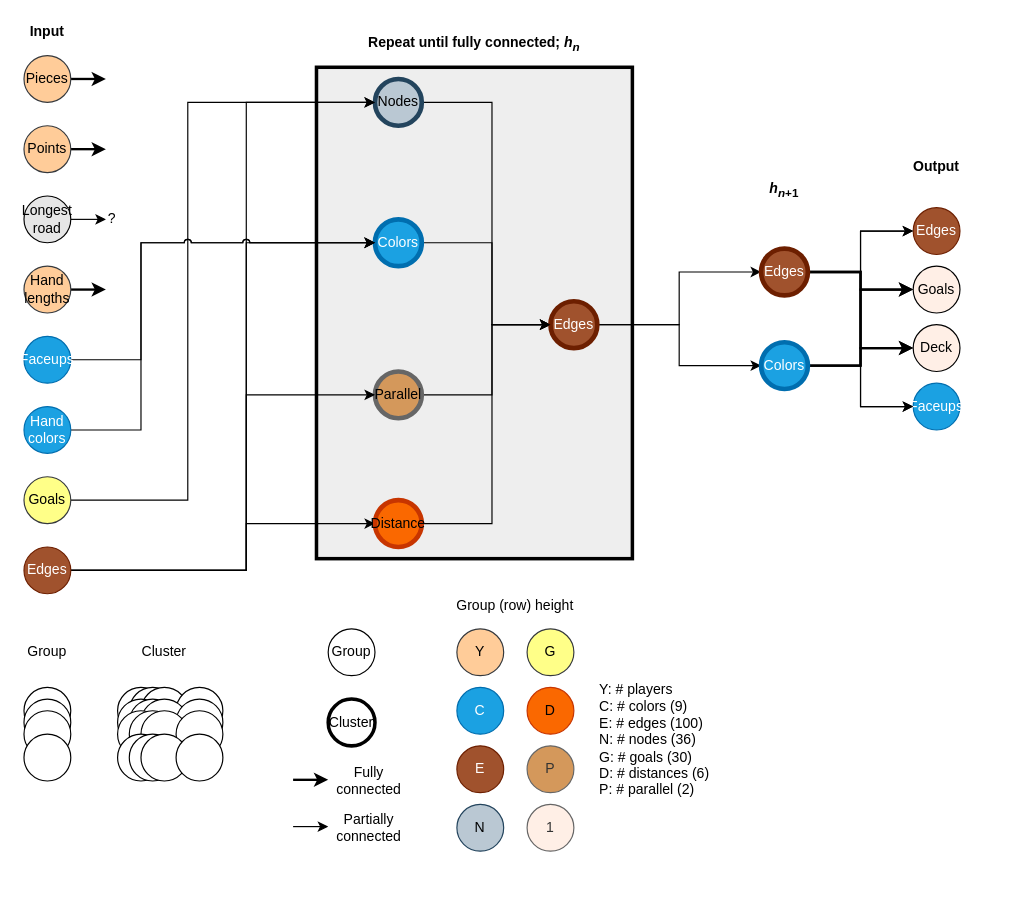
Before: page "Page-1" (1 of 2) of info/graphnet.drawio in egaffincahn/ticket-to-ride, a draw.io diagram. Source tidied: cells renumbered, new cells numbered last; positions are measured from the earlier drawing's top-left corner, leaving out a move shared by most shapes. Both pictures are drawn from the tidied source at 117%, with x=0, y=0 at pixel (23, 20).
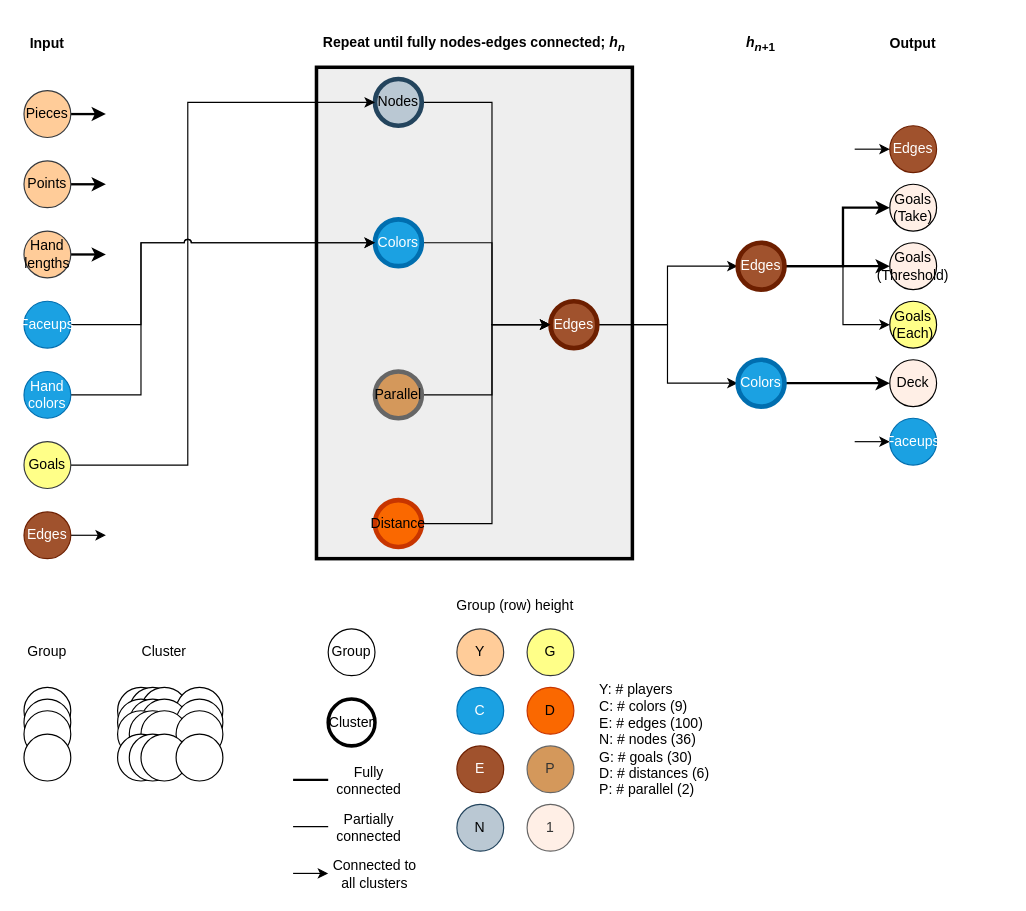
The same diagram, later.

The change refers to these unchanged cells:
```xml
<mxCell id="4" value="Nodes" style="ellipse;whiteSpace=wrap;html=1;rounded=0;shadow=0;glass=0;comic=0;strokeWidth=4;fillColor=#bac8d3;strokeColor=#23445d;" parent="1" vertex="1">
  <mxGeometry x="300" y="50" width="40" height="40" as="geometry" />
</mxCell>
<mxCell id="6" value="Colors" style="ellipse;whiteSpace=wrap;html=1;rounded=0;shadow=0;glass=0;comic=0;strokeWidth=4;fillColor=#1ba1e2;strokeColor=#006EAF;fontColor=#ffffff;" parent="1" vertex="1">
  <mxGeometry x="300" y="170" width="40" height="40" as="geometry" />
</mxCell>
<mxCell id="8" value="Parallel" style="ellipse;whiteSpace=wrap;html=1;rounded=0;shadow=0;glass=0;comic=0;strokeWidth=4;fillColor=#D4985B;strokeColor=#666666;fontColor=#000000;" parent="1" vertex="1">
  <mxGeometry x="300" y="300" width="40" height="40" as="geometry" />
</mxCell>
<mxCell id="85" value="Distance" style="ellipse;whiteSpace=wrap;html=1;rounded=0;shadow=0;glass=0;comic=0;fillColor=#FA6800;strokeColor=#C73500;fontColor=#000000;strokeWidth=4;" parent="1" vertex="1">
  <mxGeometry x="300" y="410" width="40" height="40" as="geometry" />
</mxCell>
```

The edit, as a diff of the source:
```diff
@@
     <mxCell id="9" style="edgeStyle=orthogonalEdgeStyle;rounded=0;jettySize=auto;html=1;exitX=1;exitY=0.5;exitDx=0;exitDy=0;strokeWidth=2;" parent="1" edge="1" source="10">
       <mxGeometry relative="1" as="geometry">
-        <mxPoint x="70" y="230" as="targetPoint" />
+        <mxPoint x="70" y="200" as="targetPoint" />
       </mxGeometry>
     </mxCell>
     <mxCell id="10" value="Hand&lt;br&gt;lengths" style="ellipse;whiteSpace=wrap;html=1;rounded=0;shadow=0;glass=0;comic=0;fillColor=#ffcc99;strokeColor=#36393d;" parent="1" vertex="1">
-      <mxGeometry y="210" width="40" height="40" as="geometry" />
+      <mxGeometry y="180" width="40" height="40" as="geometry" />
     </mxCell>
-    <mxCell id="11" style="edgeStyle=orthogonalEdgeStyle;rounded=0;jettySize=auto;html=1;strokeWidth=1;" parent="1" edge="1" source="12">
-      <mxGeometry relative="1" as="geometry">
-        <mxPoint x="70" y="170" as="targetPoint" />
-      </mxGeometry>
-    </mxCell>
-    <mxCell id="12" value="Longest road" style="ellipse;whiteSpace=wrap;html=1;rounded=0;shadow=0;glass=0;comic=0;fillColor=#E6E6E6;overflow=visible;" parent="1" vertex="1">
-      <mxGeometry y="150" width="40" height="40" as="geometry" />
-    </mxCell>
     <mxCell id="13" style="edgeStyle=orthogonalEdgeStyle;rounded=0;jettySize=auto;html=1;exitX=1;exitY=0.5;exitDx=0;exitDy=0;strokeWidth=2;" parent="1" edge="1" source="14">
       <mxGeometry relative="1" as="geometry">
-        <mxPoint x="70" y="110" as="targetPoint" />
+        <mxPoint x="70" y="140" as="targetPoint" />
       </mxGeometry>
     </mxCell>
     <mxCell id="14" value="Points" style="ellipse;whiteSpace=wrap;html=1;rounded=0;shadow=0;glass=0;comic=0;fillColor=#ffcc99;strokeColor=#36393d;" parent="1" vertex="1">
-      <mxGeometry y="90" width="40" height="40" as="geometry" />
+      <mxGeometry y="120" width="40" height="40" as="geometry" />
     </mxCell>
-    <mxCell id="15" style="edgeStyle=orthogonalEdgeStyle;jettySize=auto;html=1;exitX=1;exitY=0.5;exitDx=0;exitDy=0;entryX=0;entryY=0.5;entryDx=0;entryDy=0;rounded=0;jumpStyle=arc;" parent="1" edge="1" source="19" target="8">
-      <mxGeometry relative="1" as="geometry">
-        <Array as="points">
-          <mxPoint x="190" y="470" />
-          <mxPoint x="190" y="320" />
-        </Array>
-      </mxGeometry>
-    </mxCell>
-    <mxCell id="16" style="edgeStyle=orthogonalEdgeStyle;jettySize=auto;html=1;exitX=1;exitY=0.5;exitDx=0;exitDy=0;entryX=0;entryY=0.5;entryDx=0;entryDy=0;rounded=0;" parent="1" edge="1" source="19" target="6">
-      <mxGeometry relative="1" as="geometry">
-        <Array as="points">
-          <mxPoint x="190" y="470" />
-          <mxPoint x="190" y="190" />
-        </Array>
-      </mxGeometry>
-    </mxCell>
-    <mxCell id="17" style="edgeStyle=orthogonalEdgeStyle;jettySize=auto;html=1;exitX=1;exitY=0.5;exitDx=0;exitDy=0;entryX=0;entryY=0.5;entryDx=0;entryDy=0;rounded=0;jumpStyle=arc;" parent="1" edge="1" source="19" target="4">
-      <mxGeometry relative="1" as="geometry">
-        <Array as="points">
-          <mxPoint x="190" y="470" />
-          <mxPoint x="190" y="70" />
-        </Array>
-      </mxGeometry>
-    </mxCell>
-    <mxCell id="18" style="edgeStyle=orthogonalEdgeStyle;rounded=0;jettySize=auto;html=1;exitX=1;exitY=0.5;exitDx=0;exitDy=0;entryX=0;entryY=0.5;entryDx=0;entryDy=0;fontColor=#000000;jumpStyle=arc;" parent="1" edge="1" source="19" target="85">
-      <mxGeometry relative="1" as="geometry">
-        <Array as="points">
-          <mxPoint x="190" y="470" />
-          <mxPoint x="190" y="430" />
-        </Array>
-      </mxGeometry>
-    </mxCell>
+    <mxCell id="90" style="edgeStyle=orthogonalEdgeStyle;rounded=0;jumpStyle=gap;jettySize=auto;html=1;exitX=1;exitY=0.5;exitDx=0;exitDy=0;strokeWidth=1;" parent="1" edge="1" source="19">
+      <mxGeometry relative="1" as="geometry">
+        <mxPoint x="70" y="439.8" as="targetPoint" />
+      </mxGeometry>
+    </mxCell>
     <mxCell id="19" value="Edges" style="ellipse;whiteSpace=wrap;html=1;rounded=0;shadow=0;glass=0;comic=0;fillColor=#a0522d;strokeColor=#6D1F00;fontColor=#ffffff;" parent="1" vertex="1">
-      <mxGeometry y="450" width="40" height="40" as="geometry" />
+      <mxGeometry y="420" width="40" height="40" as="geometry" />
     </mxCell>
     <mxCell id="20" style="edgeStyle=orthogonalEdgeStyle;rounded=0;jumpStyle=arc;jettySize=auto;html=1;exitX=1;exitY=0.5;exitDx=0;exitDy=0;entryX=0;entryY=0.5;entryDx=0;entryDy=0;fontColor=#000000;" parent="1" edge="1" source="21" target="4">
       <mxGeometry relative="1" as="geometry">
         <Array as="points">
-          <mxPoint x="140" y="410" />
+          <mxPoint x="140" y="380" />
           <mxPoint x="140" y="70" />
         </Array>
       </mxGeometry>
     </mxCell>
     <mxCell id="21" value="Goals" style="ellipse;whiteSpace=wrap;html=1;rounded=0;shadow=0;glass=0;comic=0;fillColor=#ffff88;strokeColor=#36393d;" parent="1" vertex="1">
-      <mxGeometry y="390" width="40" height="40" as="geometry" />
+      <mxGeometry y="360" width="40" height="40" as="geometry" />
     </mxCell>
     <mxCell id="22" style="edgeStyle=orthogonalEdgeStyle;rounded=0;jumpStyle=arc;jettySize=auto;html=1;exitX=1;exitY=0.5;exitDx=0;exitDy=0;entryX=0;entryY=0.5;entryDx=0;entryDy=0;fontColor=#000000;" parent="1" edge="1" source="23" target="6">
       <mxGeometry relative="1" as="geometry">
         <Array as="points">
-          <mxPoint x="100" y="350" />
+          <mxPoint x="100" y="320" />
           <mxPoint x="100" y="190" />
         </Array>
       </mxGeometry>
     </mxCell>
     <mxCell id="23" value="Hand colors" style="ellipse;whiteSpace=wrap;html=1;rounded=0;shadow=0;glass=0;comic=0;fillColor=#1ba1e2;strokeColor=#006EAF;fontColor=#ffffff;" parent="1" vertex="1">
-      <mxGeometry y="330" width="40" height="40" as="geometry" />
+      <mxGeometry y="300" width="40" height="40" as="geometry" />
     </mxCell>
     <mxCell id="24" style="edgeStyle=orthogonalEdgeStyle;rounded=0;jettySize=auto;html=1;exitX=1;exitY=0.5;exitDx=0;exitDy=0;jumpStyle=arc;entryX=0;entryY=0.5;entryDx=0;entryDy=0;" parent="1" edge="1" source="25" target="6">
       <mxGeometry relative="1" as="geometry">
         <Array as="points">
-          <mxPoint x="100" y="290" />
+          <mxPoint x="100" y="260" />
           <mxPoint x="100" y="190" />
         </Array>
       </mxGeometry>
     </mxCell>
     <mxCell id="25" value="Faceups" style="ellipse;whiteSpace=wrap;html=1;rounded=0;shadow=0;glass=0;comic=0;fillColor=#1ba1e2;strokeColor=#006EAF;fontColor=#ffffff;" parent="1" vertex="1">
-      <mxGeometry y="270" width="40" height="40" as="geometry" />
+      <mxGeometry y="240" width="40" height="40" as="geometry" />
     </mxCell>
     <mxCell id="26" style="edgeStyle=orthogonalEdgeStyle;rounded=0;jettySize=auto;html=1;exitX=1;exitY=0.5;exitDx=0;exitDy=0;strokeWidth=2;" parent="1" edge="1" source="27">
       <mxGeometry relative="1" as="geometry">
-        <mxPoint x="70" y="50" as="targetPoint" />
+        <mxPoint x="70" y="80" as="targetPoint" />
       </mxGeometry>
     </mxCell>
     <mxCell id="27" value="Pieces" style="ellipse;whiteSpace=wrap;html=1;rounded=0;shadow=0;glass=0;comic=0;fillColor=#ffcc99;strokeColor=#36393d;" parent="1" vertex="1">
-      <mxGeometry y="30" width="40" height="40" as="geometry" />
+      <mxGeometry y="60" width="40" height="40" as="geometry" />
     </mxCell>
@@
     <mxCell id="31" value="Edges" style="ellipse;whiteSpace=wrap;html=1;rounded=0;shadow=0;glass=0;comic=0;fillColor=#a0522d;strokeColor=#6D1F00;fontColor=#ffffff;" parent="1" vertex="1">
-      <mxGeometry x="760" y="160" width="40" height="40" as="geometry" />
+      <mxGeometry x="740" y="90" width="40" height="40" as="geometry" />
     </mxCell>
     <mxCell id="32" value="Faceups" style="ellipse;whiteSpace=wrap;html=1;rounded=0;shadow=0;glass=0;comic=0;fillColor=#1ba1e2;strokeColor=#006EAF;fontColor=#ffffff;" parent="1" vertex="1">
-      <mxGeometry x="760" y="310" width="40" height="40" as="geometry" />
+      <mxGeometry x="740" y="340" width="40" height="40" as="geometry" />
     </mxCell>
     <mxCell id="33" value="Deck" style="ellipse;whiteSpace=wrap;html=1;rounded=0;shadow=0;glass=0;comic=0;fillColor=#FFEFE6;" parent="1" vertex="1">
-      <mxGeometry x="760" y="260" width="40" height="40" as="geometry" />
+      <mxGeometry x="740" y="290" width="40" height="40" as="geometry" />
     </mxCell>
-    <mxCell id="34" value="Goals" style="ellipse;whiteSpace=wrap;html=1;rounded=0;shadow=0;glass=0;comic=0;fillColor=#FFEFE6;" parent="1" vertex="1">
-      <mxGeometry x="760" y="210" width="40" height="40" as="geometry" />
+    <mxCell id="34" value="Goals&lt;br&gt;(Take)" style="ellipse;whiteSpace=wrap;html=1;rounded=0;shadow=0;glass=0;comic=0;fillColor=#FFEFE6;" parent="1" vertex="1">
+      <mxGeometry x="740" y="140" width="40" height="40" as="geometry" />
     </mxCell>
@@
-    <mxCell id="37" style="edgeStyle=orthogonalEdgeStyle;rounded=0;jumpStyle=arc;jettySize=auto;html=1;exitX=1;exitY=0.5;exitDx=0;exitDy=0;entryX=0;entryY=0.5;entryDx=0;entryDy=0;" parent="1" edge="1" source="41" target="31">
-      <mxGeometry relative="1" as="geometry" />
-    </mxCell>
-    <mxCell id="38" style="edgeStyle=orthogonalEdgeStyle;rounded=0;jumpStyle=arc;jettySize=auto;html=1;exitX=1;exitY=0.5;exitDx=0;exitDy=0;entryX=0;entryY=0.5;entryDx=0;entryDy=0;strokeWidth=2;" parent="1" edge="1" source="41" target="34">
-      <mxGeometry relative="1" as="geometry" />
+    <mxCell id="38" style="edgeStyle=orthogonalEdgeStyle;rounded=0;jettySize=auto;html=1;exitX=1;exitY=0.5;exitDx=0;exitDy=0;entryX=0;entryY=0.5;entryDx=0;entryDy=0;strokeWidth=2;jumpStyle=gap;" parent="1" edge="1" source="41" target="34">
+      <mxGeometry relative="1" as="geometry">
+        <Array as="points">
+          <mxPoint x="700" y="210" />
+          <mxPoint x="700" y="160" />
+        </Array>
+      </mxGeometry>
     </mxCell>
-    <mxCell id="39" style="edgeStyle=orthogonalEdgeStyle;rounded=0;jumpStyle=arc;jettySize=auto;html=1;exitX=1;exitY=0.5;exitDx=0;exitDy=0;entryX=0;entryY=0.5;entryDx=0;entryDy=0;strokeWidth=2;" parent="1" edge="1" source="41" target="33">
-      <mxGeometry relative="1" as="geometry" />
-    </mxCell>
-    <mxCell id="40" style="edgeStyle=orthogonalEdgeStyle;rounded=0;jumpStyle=arc;jettySize=auto;html=1;exitX=1;exitY=0.5;exitDx=0;exitDy=0;entryX=0;entryY=0.5;entryDx=0;entryDy=0;" parent="1" edge="1" source="41" target="32">
-      <mxGeometry relative="1" as="geometry" />
-    </mxCell>
+    <mxCell id="91" style="edgeStyle=orthogonalEdgeStyle;rounded=0;jettySize=auto;html=1;exitX=1;exitY=0.5;exitDx=0;exitDy=0;entryX=0;entryY=0.5;entryDx=0;entryDy=0;strokeWidth=2;jumpStyle=gap;" parent="1" edge="1" source="41" target="93">
+      <mxGeometry relative="1" as="geometry">
+        <Array as="points">
+          <mxPoint x="720" y="210" />
+          <mxPoint x="720" y="210" />
+        </Array>
+      </mxGeometry>
+    </mxCell>
+    <mxCell id="92" style="edgeStyle=orthogonalEdgeStyle;rounded=0;jettySize=auto;html=1;exitX=1;exitY=0.5;exitDx=0;exitDy=0;entryX=0;entryY=0.5;entryDx=0;entryDy=0;strokeWidth=1;jumpStyle=gap;" parent="1" edge="1" source="41" target="94">
+      <mxGeometry relative="1" as="geometry">
+        <Array as="points">
+          <mxPoint x="700" y="210" />
+          <mxPoint x="700" y="260" />
+        </Array>
+      </mxGeometry>
+    </mxCell>
     <mxCell id="41" value="Edges" style="ellipse;whiteSpace=wrap;html=1;rounded=0;shadow=0;glass=0;comic=0;strokeWidth=4;fillColor=#a0522d;strokeColor=#6D1F00;fontColor=#ffffff;" parent="1" vertex="1">
-      <mxGeometry x="630" y="195" width="40" height="40" as="geometry" />
+      <mxGeometry x="610" y="190" width="40" height="40" as="geometry" />
     </mxCell>
-    <mxCell id="42" style="edgeStyle=orthogonalEdgeStyle;rounded=0;jumpStyle=arc;jettySize=auto;html=1;exitX=1;exitY=0.5;exitDx=0;exitDy=0;entryX=0;entryY=0.5;entryDx=0;entryDy=0;" parent="1" edge="1" source="46" target="32">
-      <mxGeometry relative="1" as="geometry" />
-    </mxCell>
-    <mxCell id="43" style="edgeStyle=orthogonalEdgeStyle;rounded=0;jumpStyle=arc;jettySize=auto;html=1;exitX=1;exitY=0.5;exitDx=0;exitDy=0;entryX=0;entryY=0.5;entryDx=0;entryDy=0;strokeWidth=2;" parent="1" edge="1" source="46" target="33">
-      <mxGeometry relative="1" as="geometry" />
+    <mxCell id="43" style="edgeStyle=orthogonalEdgeStyle;rounded=0;jettySize=auto;html=1;exitX=1;exitY=0.5;exitDx=0;exitDy=0;entryX=0;entryY=0.5;entryDx=0;entryDy=0;strokeWidth=2;jumpStyle=gap;" parent="1" edge="1" source="46" target="33">
+      <mxGeometry relative="1" as="geometry">
+        <Array as="points">
+          <mxPoint x="720" y="310" />
+          <mxPoint x="720" y="310" />
+        </Array>
+      </mxGeometry>
     </mxCell>
-    <mxCell id="44" style="edgeStyle=orthogonalEdgeStyle;rounded=0;jumpStyle=arc;jettySize=auto;html=1;exitX=1;exitY=0.5;exitDx=0;exitDy=0;entryX=0;entryY=0.5;entryDx=0;entryDy=0;strokeWidth=2;" parent="1" edge="1" source="46" target="34">
-      <mxGeometry relative="1" as="geometry" />
-    </mxCell>
-    <mxCell id="45" style="edgeStyle=orthogonalEdgeStyle;rounded=0;jumpStyle=arc;jettySize=auto;html=1;exitX=1;exitY=0.5;exitDx=0;exitDy=0;entryX=0;entryY=0.5;entryDx=0;entryDy=0;" parent="1" edge="1" source="46" target="31">
-      <mxGeometry relative="1" as="geometry" />
-    </mxCell>
     <mxCell id="46" value="Colors" style="ellipse;whiteSpace=wrap;html=1;rounded=0;shadow=0;glass=0;comic=0;strokeWidth=4;fillColor=#1ba1e2;strokeColor=#006EAF;fontColor=#ffffff;" parent="1" vertex="1">
-      <mxGeometry x="630" y="275" width="40" height="40" as="geometry" />
+      <mxGeometry x="610" y="290" width="40" height="40" as="geometry" />
     </mxCell>
@@
     <mxCell id="80" value="&lt;b&gt;Output&lt;/b&gt;" style="text;html=1;strokeColor=none;fillColor=none;align=center;verticalAlign=middle;whiteSpace=wrap;rounded=0;shadow=0;glass=0;comic=0;" parent="1" vertex="1">
-      <mxGeometry x="720" y="115" width="120" height="20" as="geometry" />
+      <mxGeometry x="700" y="10" width="120" height="20" as="geometry" />
     </mxCell>
     <mxCell id="81" value="&lt;b&gt;Input&lt;/b&gt;" style="text;html=1;strokeColor=none;fillColor=none;align=center;verticalAlign=middle;whiteSpace=wrap;rounded=0;shadow=0;glass=0;comic=0;" parent="1" vertex="1">
-      <mxGeometry width="40" height="20" as="geometry" />
+      <mxGeometry y="10" width="40" height="20" as="geometry" />
     </mxCell>
-    <mxCell id="82" value="&lt;b&gt;Repeat until fully connected; &lt;i&gt;h&lt;sub&gt;n&lt;/sub&gt;&lt;/i&gt;&lt;/b&gt;" style="text;html=1;strokeColor=none;fillColor=none;align=center;verticalAlign=middle;whiteSpace=wrap;rounded=0;shadow=0;glass=0;comic=0;" parent="1" vertex="1">
+    <mxCell id="82" value="&lt;b&gt;Repeat until fully nodes-edges connected; &lt;i&gt;h&lt;sub&gt;n&lt;/sub&gt;&lt;/i&gt;&lt;/b&gt;" style="text;html=1;strokeColor=none;fillColor=none;align=center;verticalAlign=middle;whiteSpace=wrap;rounded=0;shadow=0;glass=0;comic=0;" parent="1" vertex="1">
       <mxGeometry x="250" y="10" width="270" height="20" as="geometry" />
     </mxCell>
     <mxCell id="83" value="&lt;b&gt;&lt;i&gt;h&lt;sub&gt;n&lt;/sub&gt;&lt;/i&gt;&lt;sub&gt;+1&lt;/sub&gt;&lt;/b&gt;" style="text;html=1;strokeColor=none;fillColor=none;align=center;verticalAlign=middle;whiteSpace=wrap;rounded=0;shadow=0;glass=0;comic=0;" parent="1" vertex="1">
-      <mxGeometry x="590" y="135" width="120" height="20" as="geometry" />
+      <mxGeometry x="570" y="10" width="120" height="20" as="geometry" />
     </mxCell>
@@
-    <mxCell id="86" style="edgeStyle=orthogonalEdgeStyle;rounded=0;orthogonalLoop=1;jettySize=auto;html=1;exitX=1;exitY=0.5;exitDx=0;exitDy=0;strokeWidth=2;" parent="1" edge="1">
+    <mxCell id="86" style="edgeStyle=orthogonalEdgeStyle;rounded=0;orthogonalLoop=1;jettySize=auto;html=1;exitX=1;exitY=0.5;exitDx=0;exitDy=0;strokeWidth=2;endArrow=none;endFill=0;" parent="1" edge="1">
       <mxGeometry relative="1" as="geometry">
         <mxPoint x="230" y="649" as="sourcePoint" />
         <mxPoint x="260" y="649" as="targetPoint" />
       </mxGeometry>
     </mxCell>
@@
-    <mxCell id="88" style="edgeStyle=orthogonalEdgeStyle;rounded=0;orthogonalLoop=1;jettySize=auto;html=1;exitX=1;exitY=0.5;exitDx=0;exitDy=0;strokeWidth=1;" parent="1" edge="1">
+    <mxCell id="88" style="edgeStyle=orthogonalEdgeStyle;rounded=0;orthogonalLoop=1;jettySize=auto;html=1;exitX=1;exitY=0.5;exitDx=0;exitDy=0;strokeWidth=1;endArrow=none;endFill=0;" parent="1" edge="1">
       <mxGeometry relative="1" as="geometry">
         <mxPoint x="230" y="689" as="sourcePoint" />
         <mxPoint x="260" y="689" as="targetPoint" />
       </mxGeometry>
     </mxCell>
-    <mxCell id="89" value="?" style="text;html=1;align=center;verticalAlign=middle;" parent="1" vertex="1">
-      <mxGeometry x="65" y="160" width="20" height="20" as="geometry" />
-    </mxCell>
+    <mxCell id="93" value="Goals&lt;br&gt;(Threshold)" style="ellipse;whiteSpace=wrap;html=1;rounded=0;shadow=0;glass=0;comic=0;fillColor=#FFEFE6;" parent="1" vertex="1">
+      <mxGeometry x="740" y="190" width="40" height="40" as="geometry" />
+    </mxCell>
+    <mxCell id="94" value="Goals&lt;br&gt;(Each)" style="ellipse;whiteSpace=wrap;html=1;rounded=0;shadow=0;glass=0;comic=0;fillColor=#FFFF88;" parent="1" vertex="1">
+      <mxGeometry x="740" y="240" width="40" height="40" as="geometry" />
+    </mxCell>
+    <mxCell id="95" style="edgeStyle=orthogonalEdgeStyle;rounded=0;orthogonalLoop=1;jettySize=auto;html=1;exitX=1;exitY=0.5;exitDx=0;exitDy=0;strokeWidth=1;" parent="1" edge="1">
+      <mxGeometry relative="1" as="geometry">
+        <mxPoint x="230" y="729" as="sourcePoint" />
+        <mxPoint x="260" y="729" as="targetPoint" />
+      </mxGeometry>
+    </mxCell>
+    <mxCell id="96" value="Connected to all clusters" style="text;html=1;strokeColor=none;fillColor=none;align=center;verticalAlign=middle;whiteSpace=wrap;rounded=0;shadow=0;glass=0;comic=0;" parent="1" vertex="1">
+      <mxGeometry x="260" y="720" width="80" height="20" as="geometry" />
+    </mxCell>
+    <mxCell id="97" style="edgeStyle=orthogonalEdgeStyle;rounded=0;jettySize=auto;html=1;strokeWidth=1;jumpStyle=gap;entryX=0;entryY=0.5;entryDx=0;entryDy=0;" parent="1" edge="1" target="32">
+      <mxGeometry relative="1" as="geometry">
+        <mxPoint x="710" y="360" as="sourcePoint" />
+        <Array as="points">
+          <mxPoint x="730" y="360" />
+          <mxPoint x="730" y="360" />
+        </Array>
+      </mxGeometry>
+    </mxCell>
+    <mxCell id="98" style="edgeStyle=orthogonalEdgeStyle;rounded=0;jettySize=auto;html=1;strokeWidth=1;jumpStyle=gap;entryX=0;entryY=0.5;entryDx=0;entryDy=0;" parent="1" edge="1" target="31">
+      <mxGeometry relative="1" as="geometry">
+        <mxPoint x="710" y="110" as="sourcePoint" />
+        <Array as="points">
+          <mxPoint x="720" y="110" />
+          <mxPoint x="720" y="110" />
+        </Array>
+      </mxGeometry>
+    </mxCell>
```
